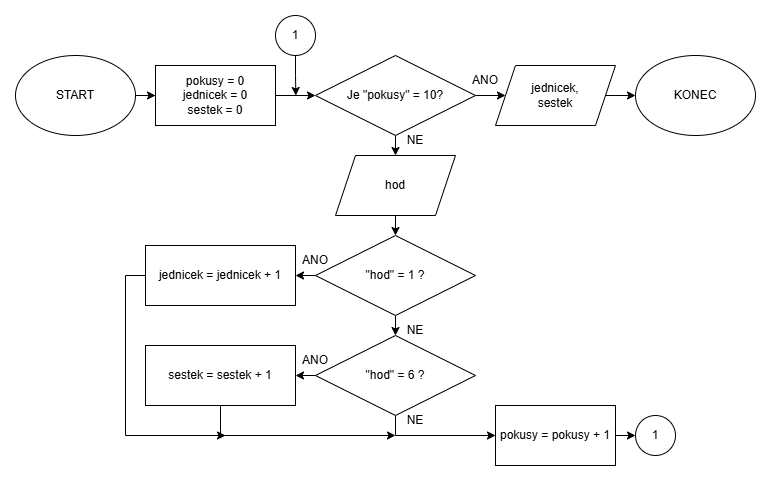
The draw.io diagram public/media/informatika/vyvojak-kostka.png in PetyXbron/NaMaturu, before a commit. Source tidied: cells renumbered, new cells last; positions are measured from the earlier drawing's top-left corner, leaving out a move shared by most shapes. Source of this version:
```xml
<mxGraphModel>
  <root>
    <mxCell id="0" />
    <mxCell id="1" parent="0" />
    <mxCell id="2" style="edgeStyle=orthogonalEdgeStyle;rounded=0;jettySize=auto;html=1;exitX=1;exitY=0.5;exitDx=0;exitDy=0;" parent="1" edge="1" source="3" target="5">
      <mxGeometry relative="1" as="geometry" />
    </mxCell>
    <mxCell id="3" value="START" style="ellipse;whiteSpace=wrap;html=1;" parent="1" vertex="1">
      <mxGeometry y="40" width="120" height="80" as="geometry" />
    </mxCell>
    <mxCell id="4" style="edgeStyle=orthogonalEdgeStyle;rounded=0;jettySize=auto;html=1;exitX=1;exitY=0.5;exitDx=0;exitDy=0;entryX=0;entryY=0.5;entryDx=0;entryDy=0;" parent="1" edge="1" source="5" target="8">
      <mxGeometry relative="1" as="geometry" />
    </mxCell>
    <mxCell id="5" value="pokusy = 0&lt;br&gt;jednicek = 0&lt;br&gt;sestek = 0" style="rounded=0;whiteSpace=wrap;html=1;" parent="1" vertex="1">
      <mxGeometry x="140" y="50" width="120" height="60" as="geometry" />
    </mxCell>
    <mxCell id="6" style="edgeStyle=orthogonalEdgeStyle;rounded=0;jettySize=auto;html=1;exitX=1;exitY=0.5;exitDx=0;exitDy=0;entryX=0;entryY=0.5;entryDx=0;entryDy=0;" parent="1" edge="1" source="8" target="27">
      <mxGeometry relative="1" as="geometry" />
    </mxCell>
    <mxCell id="7" style="edgeStyle=orthogonalEdgeStyle;rounded=0;jettySize=auto;html=1;exitX=0.5;exitY=1;exitDx=0;exitDy=0;entryX=0.5;entryY=0;entryDx=0;entryDy=0;" parent="1" edge="1" source="8" target="10">
      <mxGeometry relative="1" as="geometry" />
    </mxCell>
    <mxCell id="8" value="Je &quot;pokusy&quot; = 10?" style="rhombus;whiteSpace=wrap;html=1;" parent="1" vertex="1">
      <mxGeometry x="300" y="40" width="160" height="80" as="geometry" />
    </mxCell>
    <mxCell id="9" style="edgeStyle=orthogonalEdgeStyle;rounded=0;jettySize=auto;html=1;exitX=0.5;exitY=1;exitDx=0;exitDy=0;entryX=0.5;entryY=0;entryDx=0;entryDy=0;" parent="1" edge="1" source="10" target="13">
      <mxGeometry relative="1" as="geometry" />
    </mxCell>
    <mxCell id="10" value="hod" style="shape=parallelogram;perimeter=parallelogramPerimeter;whiteSpace=wrap;html=1;fixedSize=1;" parent="1" vertex="1">
      <mxGeometry x="320" y="140" width="120" height="60" as="geometry" />
    </mxCell>
    <mxCell id="11" style="edgeStyle=orthogonalEdgeStyle;rounded=0;jettySize=auto;html=1;exitX=0;exitY=0.5;exitDx=0;exitDy=0;entryX=1;entryY=0.5;entryDx=0;entryDy=0;" parent="1" edge="1" source="13" target="17">
      <mxGeometry relative="1" as="geometry" />
    </mxCell>
    <mxCell id="12" style="edgeStyle=orthogonalEdgeStyle;rounded=0;jettySize=auto;html=1;exitX=0.5;exitY=1;exitDx=0;exitDy=0;entryX=0.5;entryY=0;entryDx=0;entryDy=0;" parent="1" edge="1" source="13" target="20">
      <mxGeometry relative="1" as="geometry" />
    </mxCell>
    <mxCell id="13" value="&quot;hod&quot; = 1 ?" style="rhombus;whiteSpace=wrap;html=1;" parent="1" vertex="1">
      <mxGeometry x="300" y="220" width="160" height="80" as="geometry" />
    </mxCell>
    <mxCell id="14" style="edgeStyle=orthogonalEdgeStyle;rounded=0;jettySize=auto;html=1;exitX=0.5;exitY=1;exitDx=0;exitDy=0;" parent="1" edge="1" source="15">
      <mxGeometry relative="1" as="geometry">
        <mxPoint x="280.3" y="80" as="targetPoint" />
      </mxGeometry>
    </mxCell>
    <mxCell id="15" value="1" style="ellipse;whiteSpace=wrap;html=1;" parent="1" vertex="1">
      <mxGeometry x="260" width="40" height="40" as="geometry" />
    </mxCell>
    <mxCell id="16" style="edgeStyle=orthogonalEdgeStyle;rounded=0;jettySize=auto;html=1;exitX=0;exitY=0.5;exitDx=0;exitDy=0;" parent="1" edge="1" source="17">
      <mxGeometry relative="1" as="geometry">
        <mxPoint x="210" y="420" as="targetPoint" />
        <Array as="points">
          <mxPoint x="110" y="260" />
          <mxPoint x="110" y="420" />
        </Array>
      </mxGeometry>
    </mxCell>
    <mxCell id="17" value="jednicek = jednicek + 1" style="rounded=0;whiteSpace=wrap;html=1;" parent="1" vertex="1">
      <mxGeometry x="130" y="230" width="150" height="60" as="geometry" />
    </mxCell>
    <mxCell id="18" style="edgeStyle=orthogonalEdgeStyle;rounded=0;jettySize=auto;html=1;exitX=0.5;exitY=1;exitDx=0;exitDy=0;entryX=0;entryY=0.5;entryDx=0;entryDy=0;" parent="1" edge="1" source="20" target="24">
      <mxGeometry relative="1" as="geometry" />
    </mxCell>
    <mxCell id="19" style="edgeStyle=orthogonalEdgeStyle;rounded=0;jettySize=auto;html=1;exitX=0;exitY=0.5;exitDx=0;exitDy=0;entryX=1;entryY=0.5;entryDx=0;entryDy=0;" parent="1" edge="1" source="20" target="22">
      <mxGeometry relative="1" as="geometry" />
    </mxCell>
    <mxCell id="20" value="&quot;hod&quot; = 6 ?" style="rhombus;whiteSpace=wrap;html=1;" parent="1" vertex="1">
      <mxGeometry x="300" y="320" width="160" height="80" as="geometry" />
    </mxCell>
    <mxCell id="21" style="edgeStyle=orthogonalEdgeStyle;rounded=0;jettySize=auto;html=1;" parent="1" edge="1" source="22">
      <mxGeometry relative="1" as="geometry">
        <mxPoint x="380" y="420" as="targetPoint" />
        <Array as="points">
          <mxPoint x="205" y="420" />
        </Array>
      </mxGeometry>
    </mxCell>
    <mxCell id="22" value="sestek = sestek + 1" style="rounded=0;whiteSpace=wrap;html=1;" parent="1" vertex="1">
      <mxGeometry x="130" y="330" width="150" height="60" as="geometry" />
    </mxCell>
    <mxCell id="23" style="edgeStyle=orthogonalEdgeStyle;rounded=0;jettySize=auto;html=1;exitX=1;exitY=0.5;exitDx=0;exitDy=0;entryX=0;entryY=0.5;entryDx=0;entryDy=0;" parent="1" edge="1" source="24" target="25">
      <mxGeometry relative="1" as="geometry" />
    </mxCell>
    <mxCell id="24" value="pokusy = pokusy + 1" style="rounded=0;whiteSpace=wrap;html=1;" parent="1" vertex="1">
      <mxGeometry x="480" y="390" width="120" height="60" as="geometry" />
    </mxCell>
    <mxCell id="25" value="1" style="ellipse;whiteSpace=wrap;html=1;" parent="1" vertex="1">
      <mxGeometry x="620" y="400" width="40" height="40" as="geometry" />
    </mxCell>
    <mxCell id="26" style="edgeStyle=orthogonalEdgeStyle;rounded=0;jettySize=auto;html=1;exitX=1;exitY=0.5;exitDx=0;exitDy=0;entryX=0;entryY=0.5;entryDx=0;entryDy=0;" parent="1" edge="1" source="27" target="28">
      <mxGeometry relative="1" as="geometry" />
    </mxCell>
    <mxCell id="27" value="jednicek,&lt;br&gt;sestek" style="shape=parallelogram;perimeter=parallelogramPerimeter;whiteSpace=wrap;html=1;fixedSize=1;" parent="1" vertex="1">
      <mxGeometry x="480" y="50" width="120" height="60" as="geometry" />
    </mxCell>
    <mxCell id="28" value="KONEC" style="ellipse;whiteSpace=wrap;html=1;" parent="1" vertex="1">
      <mxGeometry x="620" y="40" width="120" height="80" as="geometry" />
    </mxCell>
    <mxCell id="29" value="ANO" style="text;html=1;whiteSpace=wrap;strokeColor=none;fillColor=none;align=center;verticalAlign=middle;rounded=0;" parent="1" vertex="1">
      <mxGeometry x="270" y="230" width="60" height="30" as="geometry" />
    </mxCell>
    <mxCell id="30" value="ANO" style="text;html=1;whiteSpace=wrap;strokeColor=none;fillColor=none;align=center;verticalAlign=middle;rounded=0;" parent="1" vertex="1">
      <mxGeometry x="270" y="330" width="60" height="30" as="geometry" />
    </mxCell>
    <mxCell id="31" value="ANO" style="text;html=1;whiteSpace=wrap;strokeColor=none;fillColor=none;align=center;verticalAlign=middle;rounded=0;" parent="1" vertex="1">
      <mxGeometry x="440" y="50" width="60" height="30" as="geometry" />
    </mxCell>
    <mxCell id="32" value="NE" style="text;html=1;whiteSpace=wrap;strokeColor=none;fillColor=none;align=center;verticalAlign=middle;rounded=0;" parent="1" vertex="1">
      <mxGeometry x="370" y="110" width="60" height="30" as="geometry" />
    </mxCell>
    <mxCell id="33" value="NE" style="text;html=1;whiteSpace=wrap;strokeColor=none;fillColor=none;align=center;verticalAlign=middle;rounded=0;" parent="1" vertex="1">
      <mxGeometry x="370" y="300" width="60" height="30" as="geometry" />
    </mxCell>
    <mxCell id="34" value="NE" style="text;html=1;whiteSpace=wrap;strokeColor=none;fillColor=none;align=center;verticalAlign=middle;rounded=0;" parent="1" vertex="1">
      <mxGeometry x="370" y="390" width="60" height="30" as="geometry" />
    </mxCell>
  </root>
</mxGraphModel>
```
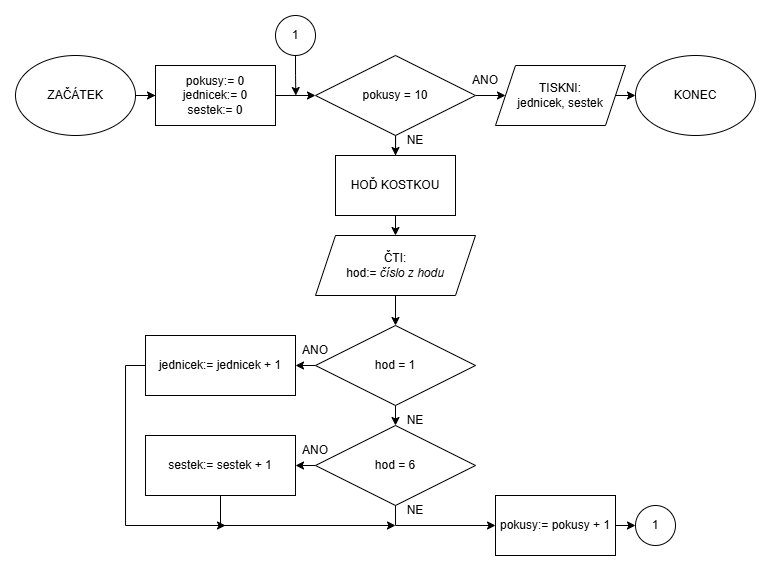
The same diagram one commit later.

The edit, as a diff of the source:
```diff
@@ -2,32 +2,35 @@
   <root>
     <mxCell id="0" />
     <mxCell id="1" parent="0" />
+    <mxCell id="32" value="NE" style="text;html=1;whiteSpace=wrap;strokeColor=none;fillColor=none;align=center;verticalAlign=middle;rounded=0;" parent="1" vertex="1">
+      <mxGeometry x="370" y="20" width="60" height="30" as="geometry" />
+    </mxCell>
     <mxCell id="2" style="edgeStyle=orthogonalEdgeStyle;rounded=0;jettySize=auto;html=1;exitX=1;exitY=0.5;exitDx=0;exitDy=0;" parent="1" edge="1" source="3" target="5">
       <mxGeometry relative="1" as="geometry" />
     </mxCell>
-    <mxCell id="3" value="START" style="ellipse;whiteSpace=wrap;html=1;" parent="1" vertex="1">
-      <mxGeometry y="40" width="120" height="80" as="geometry" />
+    <mxCell id="3" value="ZAČÁTEK" style="ellipse;whiteSpace=wrap;html=1;" parent="1" vertex="1">
+      <mxGeometry y="-50" width="120" height="80" as="geometry" />
     </mxCell>
     <mxCell id="4" style="edgeStyle=orthogonalEdgeStyle;rounded=0;jettySize=auto;html=1;exitX=1;exitY=0.5;exitDx=0;exitDy=0;entryX=0;entryY=0.5;entryDx=0;entryDy=0;" parent="1" edge="1" source="5" target="8">
       <mxGeometry relative="1" as="geometry" />
     </mxCell>
-    <mxCell id="5" value="pokusy = 0&lt;br&gt;jednicek = 0&lt;br&gt;sestek = 0" style="rounded=0;whiteSpace=wrap;html=1;" parent="1" vertex="1">
-      <mxGeometry x="140" y="50" width="120" height="60" as="geometry" />
+    <mxCell id="5" value="pokusy:= 0&lt;br&gt;jednicek:= 0&lt;br&gt;sestek:= 0" style="rounded=0;whiteSpace=wrap;html=1;" parent="1" vertex="1">
+      <mxGeometry x="140" y="-40" width="120" height="60" as="geometry" />
     </mxCell>
     <mxCell id="6" style="edgeStyle=orthogonalEdgeStyle;rounded=0;jettySize=auto;html=1;exitX=1;exitY=0.5;exitDx=0;exitDy=0;entryX=0;entryY=0.5;entryDx=0;entryDy=0;" parent="1" edge="1" source="8" target="27">
       <mxGeometry relative="1" as="geometry" />
     </mxCell>
-    <mxCell id="7" style="edgeStyle=orthogonalEdgeStyle;rounded=0;jettySize=auto;html=1;exitX=0.5;exitY=1;exitDx=0;exitDy=0;entryX=0.5;entryY=0;entryDx=0;entryDy=0;" parent="1" edge="1" source="8" target="10">
-      <mxGeometry relative="1" as="geometry" />
-    </mxCell>
+    <mxCell id="35" style="edgeStyle=orthogonalEdgeStyle;rounded=0;jettySize=auto;html=1;entryX=0.5;entryY=0;entryDx=0;entryDy=0;" parent="1" edge="1" source="8" target="37">
+      <mxGeometry relative="1" as="geometry" />
+    </mxCell>
-    <mxCell id="8" value="Je &quot;pokusy&quot; = 10?" style="rhombus;whiteSpace=wrap;html=1;" parent="1" vertex="1">
-      <mxGeometry x="300" y="40" width="160" height="80" as="geometry" />
+    <mxCell id="8" value="pokusy = 10" style="rhombus;whiteSpace=wrap;html=1;" parent="1" vertex="1">
+      <mxGeometry x="300" y="-50" width="160" height="80" as="geometry" />
     </mxCell>
     <mxCell id="9" style="edgeStyle=orthogonalEdgeStyle;rounded=0;jettySize=auto;html=1;exitX=0.5;exitY=1;exitDx=0;exitDy=0;entryX=0.5;entryY=0;entryDx=0;entryDy=0;" parent="1" edge="1" source="10" target="13">
       <mxGeometry relative="1" as="geometry" />
     </mxCell>
-    <mxCell id="10" value="hod" style="shape=parallelogram;perimeter=parallelogramPerimeter;whiteSpace=wrap;html=1;fixedSize=1;" parent="1" vertex="1">
-      <mxGeometry x="320" y="140" width="120" height="60" as="geometry" />
+    <mxCell id="10" value="ČTI:&lt;br&gt;hod:= &lt;i&gt;číslo z hodu&lt;/i&gt;" style="shape=parallelogram;perimeter=parallelogramPerimeter;whiteSpace=wrap;html=1;fixedSize=1;" parent="1" vertex="1">
+      <mxGeometry x="300" y="130" width="160" height="60" as="geometry" />
     </mxCell>
     <mxCell id="11" style="edgeStyle=orthogonalEdgeStyle;rounded=0;jettySize=auto;html=1;exitX=0;exitY=0.5;exitDx=0;exitDy=0;entryX=1;entryY=0.5;entryDx=0;entryDy=0;" parent="1" edge="1" source="13" target="17">
       <mxGeometry relative="1" as="geometry" />
@@ -35,16 +38,16 @@
     <mxCell id="12" style="edgeStyle=orthogonalEdgeStyle;rounded=0;jettySize=auto;html=1;exitX=0.5;exitY=1;exitDx=0;exitDy=0;entryX=0.5;entryY=0;entryDx=0;entryDy=0;" parent="1" edge="1" source="13" target="20">
       <mxGeometry relative="1" as="geometry" />
     </mxCell>
-    <mxCell id="13" value="&quot;hod&quot; = 1 ?" style="rhombus;whiteSpace=wrap;html=1;" parent="1" vertex="1">
+    <mxCell id="13" value="hod = 1" style="rhombus;whiteSpace=wrap;html=1;" parent="1" vertex="1">
       <mxGeometry x="300" y="220" width="160" height="80" as="geometry" />
     </mxCell>
     <mxCell id="14" style="edgeStyle=orthogonalEdgeStyle;rounded=0;jettySize=auto;html=1;exitX=0.5;exitY=1;exitDx=0;exitDy=0;" parent="1" edge="1" source="15">
       <mxGeometry relative="1" as="geometry">
-        <mxPoint x="280.3" y="80" as="targetPoint" />
+        <mxPoint x="280.3" y="-10" as="targetPoint" />
       </mxGeometry>
     </mxCell>
     <mxCell id="15" value="1" style="ellipse;whiteSpace=wrap;html=1;" parent="1" vertex="1">
-      <mxGeometry x="260" width="40" height="40" as="geometry" />
+      <mxGeometry x="260" y="-90" width="40" height="40" as="geometry" />
     </mxCell>
     <mxCell id="16" style="edgeStyle=orthogonalEdgeStyle;rounded=0;jettySize=auto;html=1;exitX=0;exitY=0.5;exitDx=0;exitDy=0;" parent="1" edge="1" source="17">
       <mxGeometry relative="1" as="geometry">
@@ -55,16 +58,18 @@
         </Array>
       </mxGeometry>
     </mxCell>
-    <mxCell id="17" value="jednicek = jednicek + 1" style="rounded=0;whiteSpace=wrap;html=1;" parent="1" vertex="1">
+    <mxCell id="17" value="jednicek:= jednicek + 1" style="rounded=0;whiteSpace=wrap;html=1;" parent="1" vertex="1">
       <mxGeometry x="130" y="230" width="150" height="60" as="geometry" />
     </mxCell>
-    <mxCell id="18" style="edgeStyle=orthogonalEdgeStyle;rounded=0;jettySize=auto;html=1;exitX=0.5;exitY=1;exitDx=0;exitDy=0;entryX=0;entryY=0.5;entryDx=0;entryDy=0;" parent="1" edge="1" source="20" target="24">
-      <mxGeometry relative="1" as="geometry" />
+    <mxCell id="18" style="edgeStyle=orthogonalEdgeStyle;rounded=0;jettySize=auto;html=1;exitX=0.5;exitY=1;exitDx=0;exitDy=0;entryX=0;entryY=0.5;entryDx=0;entryDy=0;" parent="1" edge="1" source="20">
+      <mxGeometry relative="1" as="geometry">
+        <mxPoint x="480" y="420" as="targetPoint" />
+      </mxGeometry>
     </mxCell>
     <mxCell id="19" style="edgeStyle=orthogonalEdgeStyle;rounded=0;jettySize=auto;html=1;exitX=0;exitY=0.5;exitDx=0;exitDy=0;entryX=1;entryY=0.5;entryDx=0;entryDy=0;" parent="1" edge="1" source="20" target="22">
       <mxGeometry relative="1" as="geometry" />
     </mxCell>
-    <mxCell id="20" value="&quot;hod&quot; = 6 ?" style="rhombus;whiteSpace=wrap;html=1;" parent="1" vertex="1">
+    <mxCell id="20" value="hod = 6" style="rhombus;whiteSpace=wrap;html=1;" parent="1" vertex="1">
       <mxGeometry x="300" y="320" width="160" height="80" as="geometry" />
     </mxCell>
     <mxCell id="21" style="edgeStyle=orthogonalEdgeStyle;rounded=0;jettySize=auto;html=1;" parent="1" edge="1" source="22">
@@ -75,13 +80,15 @@
         </Array>
       </mxGeometry>
     </mxCell>
-    <mxCell id="22" value="sestek = sestek + 1" style="rounded=0;whiteSpace=wrap;html=1;" parent="1" vertex="1">
+    <mxCell id="22" value="sestek:= sestek + 1" style="rounded=0;whiteSpace=wrap;html=1;" parent="1" vertex="1">
       <mxGeometry x="130" y="330" width="150" height="60" as="geometry" />
     </mxCell>
-    <mxCell id="23" style="edgeStyle=orthogonalEdgeStyle;rounded=0;jettySize=auto;html=1;exitX=1;exitY=0.5;exitDx=0;exitDy=0;entryX=0;entryY=0.5;entryDx=0;entryDy=0;" parent="1" edge="1" source="24" target="25">
-      <mxGeometry relative="1" as="geometry" />
+    <mxCell id="23" style="edgeStyle=orthogonalEdgeStyle;rounded=0;jettySize=auto;html=1;exitX=1;exitY=0.5;exitDx=0;exitDy=0;entryX=0;entryY=0.5;entryDx=0;entryDy=0;" parent="1" edge="1" target="25">
+      <mxGeometry relative="1" as="geometry">
+        <mxPoint x="600" y="420" as="sourcePoint" />
+      </mxGeometry>
     </mxCell>
-    <mxCell id="24" value="pokusy = pokusy + 1" style="rounded=0;whiteSpace=wrap;html=1;" parent="1" vertex="1">
+    <mxCell id="24" value="pokusy:= pokusy + 1" style="rounded=0;whiteSpace=wrap;html=1;" parent="1" vertex="1">
       <mxGeometry x="480" y="390" width="120" height="60" as="geometry" />
     </mxCell>
     <mxCell id="25" value="1" style="ellipse;whiteSpace=wrap;html=1;" parent="1" vertex="1">
@@ -90,11 +97,11 @@
     <mxCell id="26" style="edgeStyle=orthogonalEdgeStyle;rounded=0;jettySize=auto;html=1;exitX=1;exitY=0.5;exitDx=0;exitDy=0;entryX=0;entryY=0.5;entryDx=0;entryDy=0;" parent="1" edge="1" source="27" target="28">
       <mxGeometry relative="1" as="geometry" />
     </mxCell>
-    <mxCell id="27" value="jednicek,&lt;br&gt;sestek" style="shape=parallelogram;perimeter=parallelogramPerimeter;whiteSpace=wrap;html=1;fixedSize=1;" parent="1" vertex="1">
-      <mxGeometry x="480" y="50" width="120" height="60" as="geometry" />
+    <mxCell id="27" value="TISKNI:&lt;div&gt;jednicek, sestek&lt;/div&gt;" style="shape=parallelogram;perimeter=parallelogramPerimeter;whiteSpace=wrap;html=1;fixedSize=1;" parent="1" vertex="1">
+      <mxGeometry x="480" y="-40" width="130" height="60" as="geometry" />
     </mxCell>
     <mxCell id="28" value="KONEC" style="ellipse;whiteSpace=wrap;html=1;" parent="1" vertex="1">
-      <mxGeometry x="620" y="40" width="120" height="80" as="geometry" />
+      <mxGeometry x="620" y="-50" width="120" height="80" as="geometry" />
     </mxCell>
     <mxCell id="29" value="ANO" style="text;html=1;whiteSpace=wrap;strokeColor=none;fillColor=none;align=center;verticalAlign=middle;rounded=0;" parent="1" vertex="1">
       <mxGeometry x="270" y="230" width="60" height="30" as="geometry" />
@@ -103,16 +110,19 @@
       <mxGeometry x="270" y="330" width="60" height="30" as="geometry" />
     </mxCell>
     <mxCell id="31" value="ANO" style="text;html=1;whiteSpace=wrap;strokeColor=none;fillColor=none;align=center;verticalAlign=middle;rounded=0;" parent="1" vertex="1">
-      <mxGeometry x="440" y="50" width="60" height="30" as="geometry" />
+      <mxGeometry x="440" y="-40" width="60" height="30" as="geometry" />
     </mxCell>
-    <mxCell id="32" value="NE" style="text;html=1;whiteSpace=wrap;strokeColor=none;fillColor=none;align=center;verticalAlign=middle;rounded=0;" parent="1" vertex="1">
-      <mxGeometry x="370" y="110" width="60" height="30" as="geometry" />
-    </mxCell>
     <mxCell id="33" value="NE" style="text;html=1;whiteSpace=wrap;strokeColor=none;fillColor=none;align=center;verticalAlign=middle;rounded=0;" parent="1" vertex="1">
       <mxGeometry x="370" y="300" width="60" height="30" as="geometry" />
     </mxCell>
     <mxCell id="34" value="NE" style="text;html=1;whiteSpace=wrap;strokeColor=none;fillColor=none;align=center;verticalAlign=middle;rounded=0;" parent="1" vertex="1">
       <mxGeometry x="370" y="390" width="60" height="30" as="geometry" />
     </mxCell>
+    <mxCell id="36" style="edgeStyle=orthogonalEdgeStyle;rounded=0;jettySize=auto;html=1;exitX=0.5;exitY=1;exitDx=0;exitDy=0;entryX=0.5;entryY=0;entryDx=0;entryDy=0;" parent="1" edge="1" source="37" target="10">
+      <mxGeometry relative="1" as="geometry" />
+    </mxCell>
+    <mxCell id="37" value="HOĎ KOSTKOU" style="rounded=0;whiteSpace=wrap;html=1;" parent="1" vertex="1">
+      <mxGeometry x="320" y="50" width="120" height="60" as="geometry" />
+    </mxCell>
   </root>
 </mxGraphModel>
```
